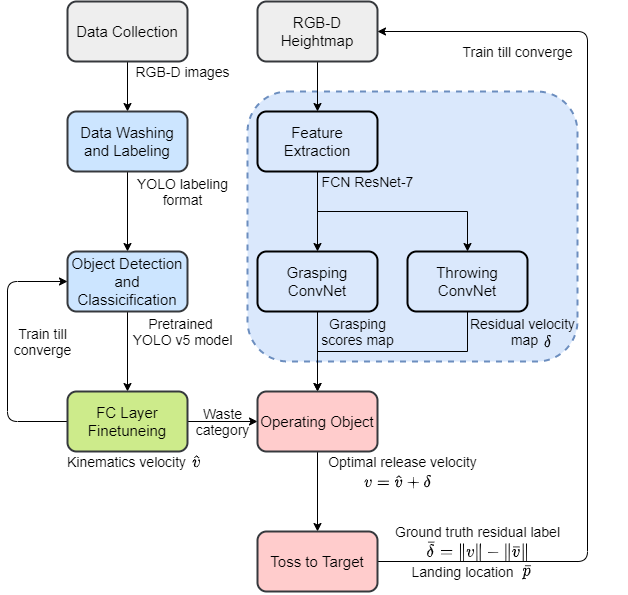
Before: Project_3/proposal.png, a diagram exported from draw.io (silvery107/ME336-Yellow-Team-Project). Source tidied: cells renumbered, new cells last; positions are measured from the earlier drawing's top-left corner, leaving out a move shared by most shapes.
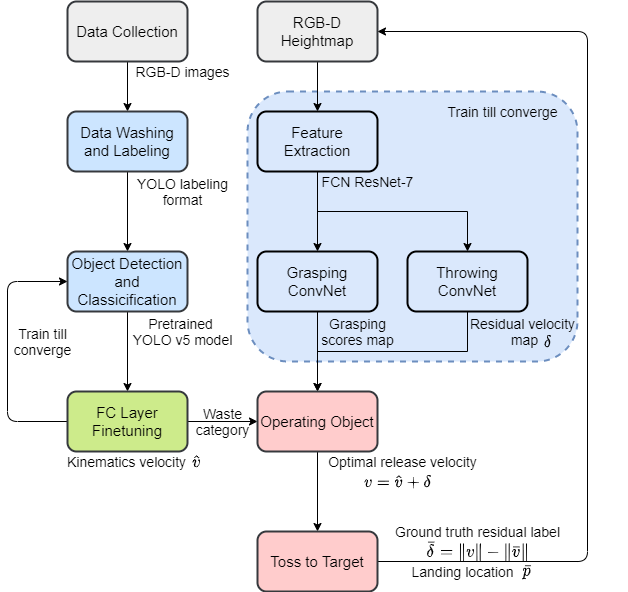
The same file after the commit.

Change to the diagram source:
```diff
@@ -40,7 +40,7 @@
     <mxCell id="12" style="edgeStyle=orthogonalEdgeStyle;rounded=0;jettySize=auto;html=1;exitX=1;exitY=0.5;exitDx=0;exitDy=0;" parent="1" edge="1" source="13" target="25">
       <mxGeometry relative="1" as="geometry" />
     </mxCell>
-    <mxCell id="13" value="FC Layer Finetuneing" style="whiteSpace=wrap;html=1;rounded=1;fontSize=15;strokeWidth=2;fillColor=#cdeb8b;strokeColor=#36393d;" parent="1" vertex="1">
+    <mxCell id="13" value="FC Layer Finetuning" style="whiteSpace=wrap;html=1;rounded=1;fontSize=15;strokeWidth=2;fillColor=#cdeb8b;strokeColor=#36393d;" parent="1" vertex="1">
       <mxGeometry x="60" y="390" width="120" height="60" as="geometry" />
     </mxCell>
     <mxCell id="14" value="Pretrained &lt;br&gt;YOLO v5 model" style="text;html=1;align=center;verticalAlign=middle;fontSize=14;" parent="1" vertex="1">
@@ -103,7 +103,7 @@
       <mxGeometry x="250" y="530" width="120" height="60" as="geometry" />
     </mxCell>
     <mxCell id="32" value="Train till converge" style="text;html=1;align=center;verticalAlign=middle;fontSize=14;" parent="1" vertex="1">
-      <mxGeometry x="445" y="40" width="130" height="20" as="geometry" />
+      <mxGeometry x="430" y="100" width="130" height="20" as="geometry" />
     </mxCell>
     <mxCell id="33" value="FCN ResNet-7" style="text;html=1;align=center;verticalAlign=middle;fontSize=14;" parent="1" vertex="1">
       <mxGeometry x="305" y="170" width="110" height="20" as="geometry" />
```
